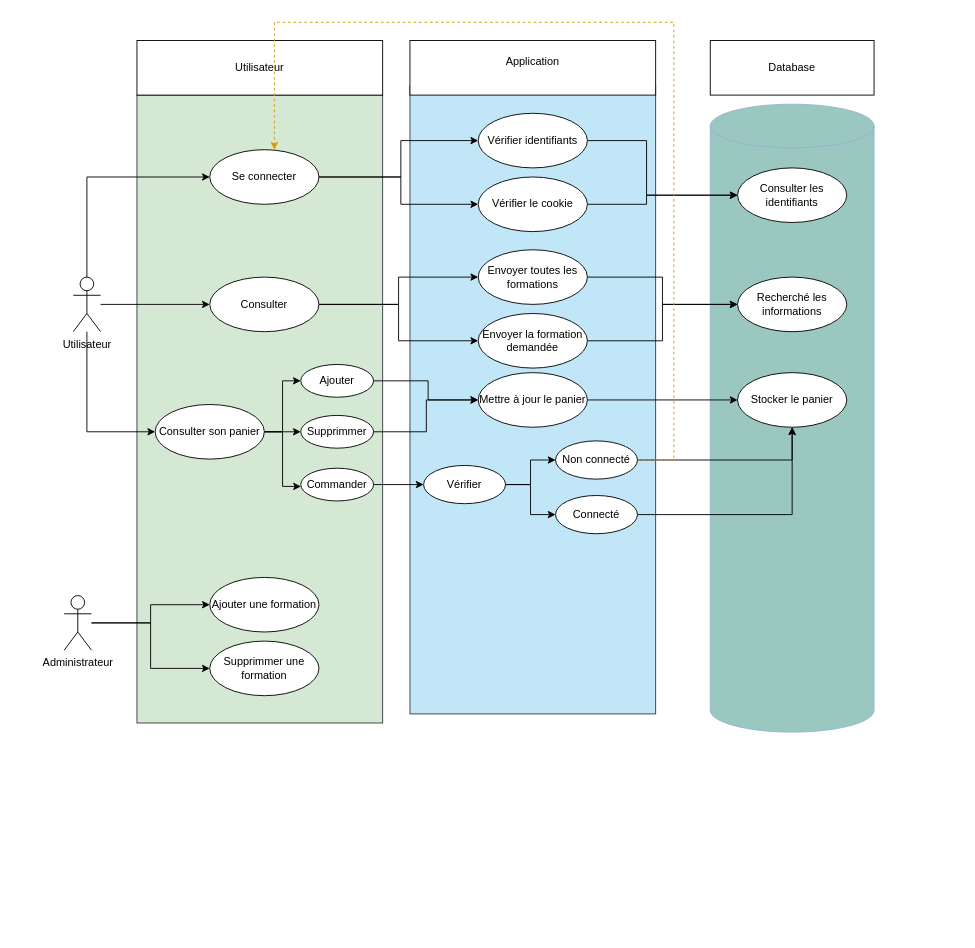
Above: Prepare/V2/Diagramme cas utilisation.drawio in xAm64/Eval-appFormation (draw.io), before the change. Source tidied: cells renumbered, new cells numbered last; positions are measured from the earlier drawing's top-left corner, leaving out a move shared by most shapes. Both pictures are drawn from the tidied source at 91%, with x=0, y=0 at pixel (64, 22).
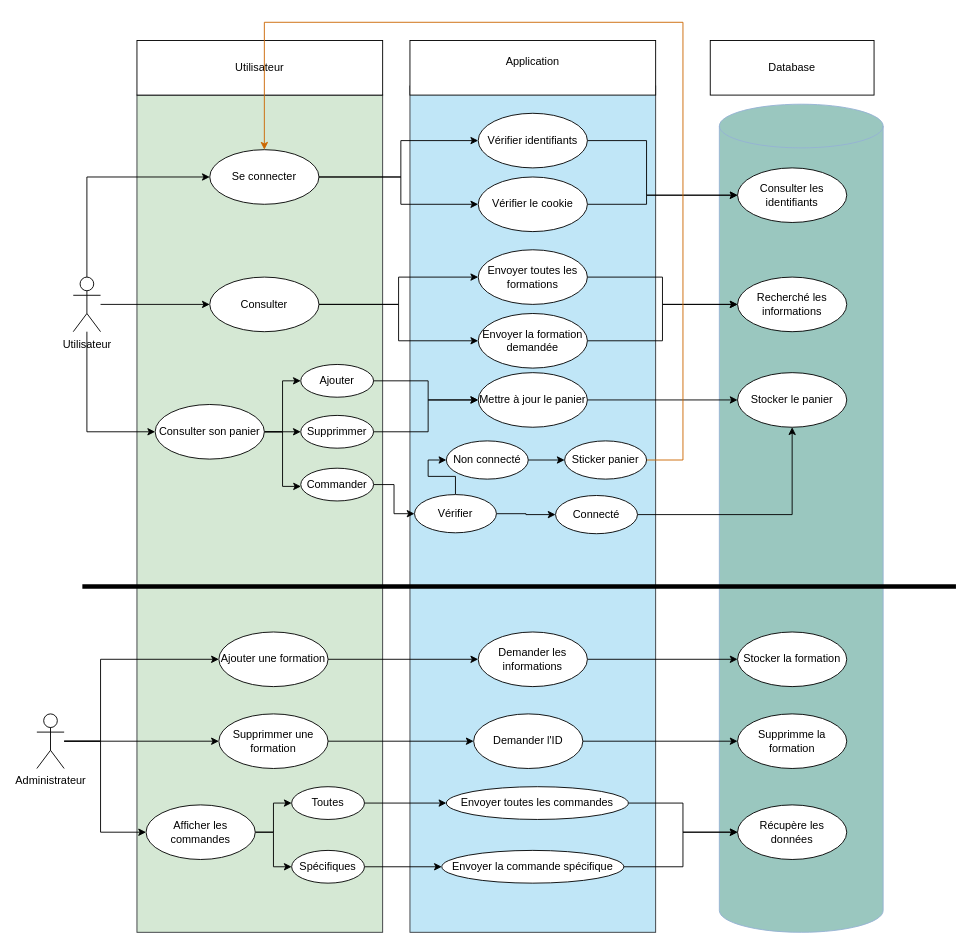
After the change.

The change refers to these unchanged cells:
```xml
<mxCell id="13" value="Se connecter" style="ellipse;whiteSpace=wrap;html=1;" parent="1" vertex="1">
  <mxGeometry x="160" y="140" width="120" height="60" as="geometry" />
</mxCell>
<mxCell id="41" value="Supprimmer" style="ellipse;whiteSpace=wrap;html=1;fontStyle=0;" parent="1" vertex="1">
  <mxGeometry x="260" y="432" width="80" height="36" as="geometry" />
</mxCell>
<mxCell id="43" value="Mettre à jour le panier" style="ellipse;whiteSpace=wrap;html=1;fontStyle=0;" parent="1" vertex="1">
  <mxGeometry x="455" y="385" width="120" height="60" as="geometry" />
</mxCell>
<mxCell id="46" value="Stocker le panier" style="ellipse;whiteSpace=wrap;html=1;fontStyle=0;" parent="1" vertex="1">
  <mxGeometry x="740" y="385" width="120" height="60" as="geometry" />
</mxCell>
<mxCell id="54" value="Connecté" style="ellipse;whiteSpace=wrap;html=1;fontStyle=0;" parent="1" vertex="1">
  <mxGeometry x="540" y="520" width="90" height="42" as="geometry" />
</mxCell>
```

Change to the diagram source:
```diff
@@
     <mxCell id="2" style="rounded=0;whiteSpace=wrap;html=1;fillColor=#c0e6f7;strokeColor=#36393d;" parent="1" vertex="1">
-      <mxGeometry x="380" y="70" width="270" height="690" as="geometry" />
+      <mxGeometry x="380" y="70" width="270" height="930" as="geometry" />
     </mxCell>
     <mxCell id="3" style="rounded=0;whiteSpace=wrap;html=1;fillColor=#D5E8D4;strokeColor=#36393d;" parent="1" vertex="1">
-      <mxGeometry x="80" y="80" width="270" height="690" as="geometry" />
+      <mxGeometry x="80" y="80" width="270" height="920" as="geometry" />
     </mxCell>
@@
     <mxCell id="8" style="edgeStyle=orthogonalEdgeStyle;rounded=0;jettySize=auto;html=1;entryX=0;entryY=0.5;entryDx=0;entryDy=0;" parent="1" edge="1" source="10" target="17">
-      <mxGeometry relative="1" as="geometry" />
+      <mxGeometry relative="1" as="geometry">
+        <Array as="points">
+          <mxPoint x="40" y="790" />
+          <mxPoint x="40" y="700" />
+        </Array>
+      </mxGeometry>
     </mxCell>
@@
+    <mxCell id="55" style="edgeStyle=orthogonalEdgeStyle;rounded=0;jettySize=auto;html=1;entryX=0;entryY=0.5;entryDx=0;entryDy=0;" parent="1" edge="1" source="10" target="62">
+      <mxGeometry relative="1" as="geometry">
+        <Array as="points">
+          <mxPoint x="40" y="790" />
+          <mxPoint x="40" y="890" />
+        </Array>
+      </mxGeometry>
+    </mxCell>
     <mxCell id="10" value="&lt;div&gt;Administrateur&lt;/div&gt;&lt;div&gt;&lt;br&gt;&lt;/div&gt;" style="shape=umlActor;verticalLabelPosition=bottom;verticalAlign=top;html=1;outlineConnect=0;" parent="1" vertex="1">
-      <mxGeometry y="630" width="30" height="60" as="geometry" />
+      <mxGeometry x="-30" y="760" width="30" height="60" as="geometry" />
     </mxCell>
@@
+    <mxCell id="56" style="edgeStyle=orthogonalEdgeStyle;rounded=0;jettySize=auto;html=1;" parent="1" edge="1" source="17" target="64">
+      <mxGeometry relative="1" as="geometry" />
+    </mxCell>
     <mxCell id="17" value="Ajouter une formation" style="ellipse;whiteSpace=wrap;html=1;" parent="1" vertex="1">
-      <mxGeometry x="160" y="610" width="120" height="60" as="geometry" />
+      <mxGeometry x="170" y="670" width="120" height="60" as="geometry" />
     </mxCell>
+    <mxCell id="57" style="edgeStyle=orthogonalEdgeStyle;rounded=0;jettySize=auto;html=1;" parent="1" edge="1" source="18" target="67">
+      <mxGeometry relative="1" as="geometry" />
+    </mxCell>
     <mxCell id="18" value="Supprimmer une formation" style="ellipse;whiteSpace=wrap;html=1;" parent="1" vertex="1">
-      <mxGeometry x="160" y="680" width="120" height="60" as="geometry" />
+      <mxGeometry x="170" y="760" width="120" height="60" as="geometry" />
     </mxCell>
@@
     <mxCell id="24" style="shape=cylinder3;whiteSpace=wrap;html=1;boundedLbl=1;backgroundOutline=1;size=24;fillColor=#9AC7BF;strokeColor=#96B2D4;" parent="1" vertex="1">
-      <mxGeometry x="710" y="90" width="180" height="690" as="geometry" />
+      <mxGeometry x="720" y="90" width="180" height="910" as="geometry" />
     </mxCell>
@@
-    <mxCell id="40" style="edgeStyle=orthogonalEdgeStyle;rounded=0;jettySize=auto;html=1;" parent="1" edge="1" source="41" target="43">
+    <mxCell id="40" style="edgeStyle=orthogonalEdgeStyle;rounded=0;orthogonalLoop=1;jettySize=auto;html=1;" parent="1" edge="1">
       <mxGeometry relative="1" as="geometry">
+        <mxPoint x="340" y="450" as="sourcePoint" />
+        <mxPoint x="455" y="415" as="targetPoint" />
         <Array as="points">
-          <mxPoint x="398" y="450" />
-          <mxPoint x="398" y="415" />
+          <mxPoint x="400" y="450" />
+          <mxPoint x="400" y="415" />
         </Array>
       </mxGeometry>
     </mxCell>
@@
+    <mxCell id="48" style="edgeStyle=orthogonalEdgeStyle;rounded=0;jettySize=auto;html=1;" parent="1" edge="1" source="49" target="54">
+      <mxGeometry relative="1" as="geometry" />
+    </mxCell>
-    <mxCell id="47" style="edgeStyle=orthogonalEdgeStyle;rounded=0;jettySize=auto;html=1;" parent="1" edge="1" source="49" target="51">
+    <mxCell id="47" style="edgeStyle=orthogonalEdgeStyle;rounded=0;jettySize=auto;html=1;entryX=0;entryY=0.5;entryDx=0;entryDy=0;" parent="1" edge="1" source="49" target="51">
       <mxGeometry relative="1" as="geometry" />
     </mxCell>
-    <mxCell id="48" style="edgeStyle=orthogonalEdgeStyle;rounded=0;jettySize=auto;html=1;" parent="1" edge="1" source="49" target="54">
-      <mxGeometry relative="1" as="geometry" />
-    </mxCell>
     <mxCell id="49" value="Vérifier" style="ellipse;whiteSpace=wrap;html=1;fontStyle=0;" parent="1" vertex="1">
-      <mxGeometry x="395" y="487" width="90" height="42" as="geometry" />
+      <mxGeometry x="385" y="519" width="90" height="42" as="geometry" />
     </mxCell>
-    <mxCell id="50" style="edgeStyle=orthogonalEdgeStyle;rounded=0;jettySize=auto;html=1;" parent="1" edge="1" source="51" target="46">
-      <mxGeometry relative="1" as="geometry" />
-    </mxCell>
+    <mxCell id="58" style="edgeStyle=orthogonalEdgeStyle;rounded=0;jettySize=auto;html=1;" parent="1" edge="1" source="51" target="79">
+      <mxGeometry relative="1" as="geometry" />
+    </mxCell>
     <mxCell id="51" value="Non connecté" style="ellipse;whiteSpace=wrap;html=1;fontStyle=0;" parent="1" vertex="1">
-      <mxGeometry x="540" y="460" width="90" height="42" as="geometry" />
+      <mxGeometry x="420" y="460" width="90" height="42" as="geometry" />
     </mxCell>
-    <mxCell id="52" style="edgeStyle=orthogonalEdgeStyle;rounded=0;jettySize=auto;html=1;entryX=0.592;entryY=0;entryDx=0;entryDy=0;entryPerimeter=0;fillColor=#ffe6cc;strokeColor=#d79b00;dashed=1;" parent="1" edge="1" source="51" target="13">
-      <mxGeometry relative="1" as="geometry">
-        <Array as="points">
-          <mxPoint x="670" y="481" />
-          <mxPoint x="670" />
-          <mxPoint x="231" />
-        </Array>
-      </mxGeometry>
-    </mxCell>
@@
+    <mxCell id="59" style="endArrow=none;html=1;rounded=0;strokeWidth=5;" parent="1" edge="1">
+      <mxGeometry relative="1" as="geometry">
+        <mxPoint x="20" y="620" as="sourcePoint" />
+        <mxPoint x="980" y="620" as="targetPoint" />
+      </mxGeometry>
+    </mxCell>
+    <mxCell id="60" style="edgeStyle=orthogonalEdgeStyle;rounded=0;jettySize=auto;html=1;" parent="1" edge="1" source="62" target="70">
+      <mxGeometry relative="1" as="geometry" />
+    </mxCell>
+    <mxCell id="61" style="edgeStyle=orthogonalEdgeStyle;rounded=0;jettySize=auto;html=1;" parent="1" edge="1" source="62" target="72">
+      <mxGeometry relative="1" as="geometry" />
+    </mxCell>
+    <mxCell id="62" value="Afficher les commandes" style="ellipse;whiteSpace=wrap;html=1;" parent="1" vertex="1">
+      <mxGeometry x="90" y="860" width="120" height="60" as="geometry" />
+    </mxCell>
+    <mxCell id="63" style="edgeStyle=orthogonalEdgeStyle;rounded=0;jettySize=auto;html=1;" parent="1" edge="1" source="64" target="65">
+      <mxGeometry relative="1" as="geometry" />
+    </mxCell>
+    <mxCell id="64" value="Demander les informations" style="ellipse;whiteSpace=wrap;html=1;" parent="1" vertex="1">
+      <mxGeometry x="455" y="670" width="120" height="60" as="geometry" />
+    </mxCell>
+    <mxCell id="65" value="Stocker la formation" style="ellipse;whiteSpace=wrap;html=1;" parent="1" vertex="1">
+      <mxGeometry x="740" y="670" width="120" height="60" as="geometry" />
+    </mxCell>
+    <mxCell id="66" style="edgeStyle=orthogonalEdgeStyle;rounded=0;jettySize=auto;html=1;" parent="1" edge="1" source="67" target="68">
+      <mxGeometry relative="1" as="geometry" />
+    </mxCell>
+    <mxCell id="67" value="Demander l'ID" style="ellipse;whiteSpace=wrap;html=1;" parent="1" vertex="1">
+      <mxGeometry x="450" y="760" width="120" height="60" as="geometry" />
+    </mxCell>
+    <mxCell id="68" value="Supprimme la formation" style="ellipse;whiteSpace=wrap;html=1;" parent="1" vertex="1">
+      <mxGeometry x="740" y="760" width="120" height="60" as="geometry" />
+    </mxCell>
+    <mxCell id="69" style="edgeStyle=orthogonalEdgeStyle;rounded=0;jettySize=auto;html=1;" parent="1" edge="1" source="70" target="74">
+      <mxGeometry relative="1" as="geometry" />
+    </mxCell>
+    <mxCell id="70" value="Toutes" style="ellipse;whiteSpace=wrap;html=1;fontStyle=0;" parent="1" vertex="1">
+      <mxGeometry x="250" y="840" width="80" height="36" as="geometry" />
+    </mxCell>
+    <mxCell id="71" style="edgeStyle=orthogonalEdgeStyle;rounded=0;jettySize=auto;html=1;" parent="1" edge="1" source="72" target="76">
+      <mxGeometry relative="1" as="geometry" />
+    </mxCell>
+    <mxCell id="72" value="Spécifiques" style="ellipse;whiteSpace=wrap;html=1;fontStyle=0;" parent="1" vertex="1">
+      <mxGeometry x="250" y="910" width="80" height="36" as="geometry" />
+    </mxCell>
+    <mxCell id="73" style="edgeStyle=orthogonalEdgeStyle;rounded=0;jettySize=auto;html=1;" parent="1" edge="1" source="74" target="77">
+      <mxGeometry relative="1" as="geometry">
+        <Array as="points">
+          <mxPoint x="680" y="858" />
+          <mxPoint x="680" y="890" />
+        </Array>
+      </mxGeometry>
+    </mxCell>
+    <mxCell id="74" value="Envoyer toutes les commandes" style="ellipse;whiteSpace=wrap;html=1;fontStyle=0;" parent="1" vertex="1">
+      <mxGeometry x="420" y="840" width="200" height="36" as="geometry" />
+    </mxCell>
+    <mxCell id="75" style="edgeStyle=orthogonalEdgeStyle;rounded=0;jettySize=auto;html=1;" parent="1" edge="1" source="76" target="77">
+      <mxGeometry relative="1" as="geometry">
+        <Array as="points">
+          <mxPoint x="680" y="928" />
+          <mxPoint x="680" y="890" />
+        </Array>
+      </mxGeometry>
+    </mxCell>
+    <mxCell id="76" value="Envoyer la commande spécifique" style="ellipse;whiteSpace=wrap;html=1;fontStyle=0;" parent="1" vertex="1">
+      <mxGeometry x="415" y="910" width="200" height="36" as="geometry" />
+    </mxCell>
+    <mxCell id="77" value="Récupère les données" style="ellipse;whiteSpace=wrap;html=1;" parent="1" vertex="1">
+      <mxGeometry x="740" y="860" width="120" height="60" as="geometry" />
+    </mxCell>
+    <mxCell id="78" style="edgeStyle=orthogonalEdgeStyle;rounded=0;jettySize=auto;html=1;strokeColor=#CC6600;" parent="1" edge="1" source="79" target="13">
+      <mxGeometry relative="1" as="geometry">
+        <Array as="points">
+          <mxPoint x="680" y="481" />
+          <mxPoint x="680" />
+          <mxPoint x="220" />
+        </Array>
+      </mxGeometry>
+    </mxCell>
+    <mxCell id="79" value="Sticker panier" style="ellipse;whiteSpace=wrap;html=1;fontStyle=0;" parent="1" vertex="1">
+      <mxGeometry x="550" y="460" width="90" height="42" as="geometry" />
+    </mxCell>
```
